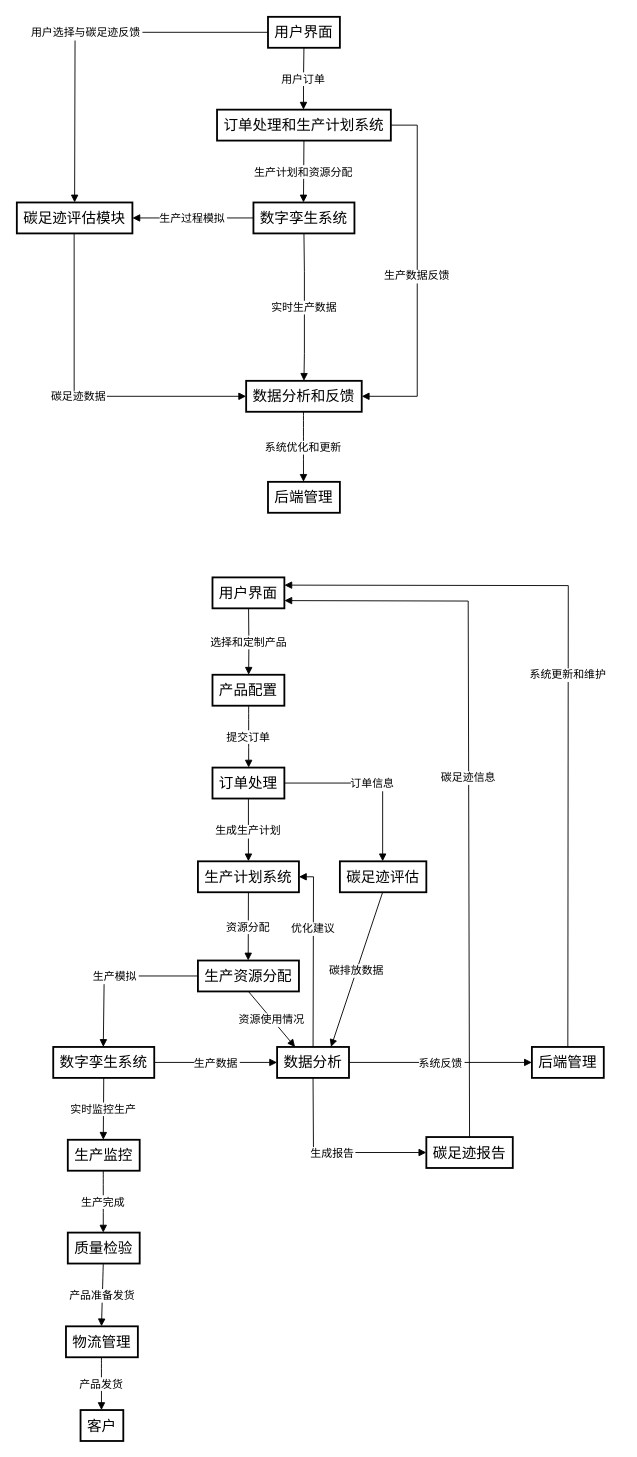
The draw.io diagram BB流程图.drawio in LFNing/General, before the edit. Source tidied: cells renumbered, new cells numbered last; positions are measured from the earlier drawing's top-left corner, leaving out a move shared by most shapes. Both pictures are drawn from the tidied source at 91%, with x=0, y=0 at pixel (16, 16).
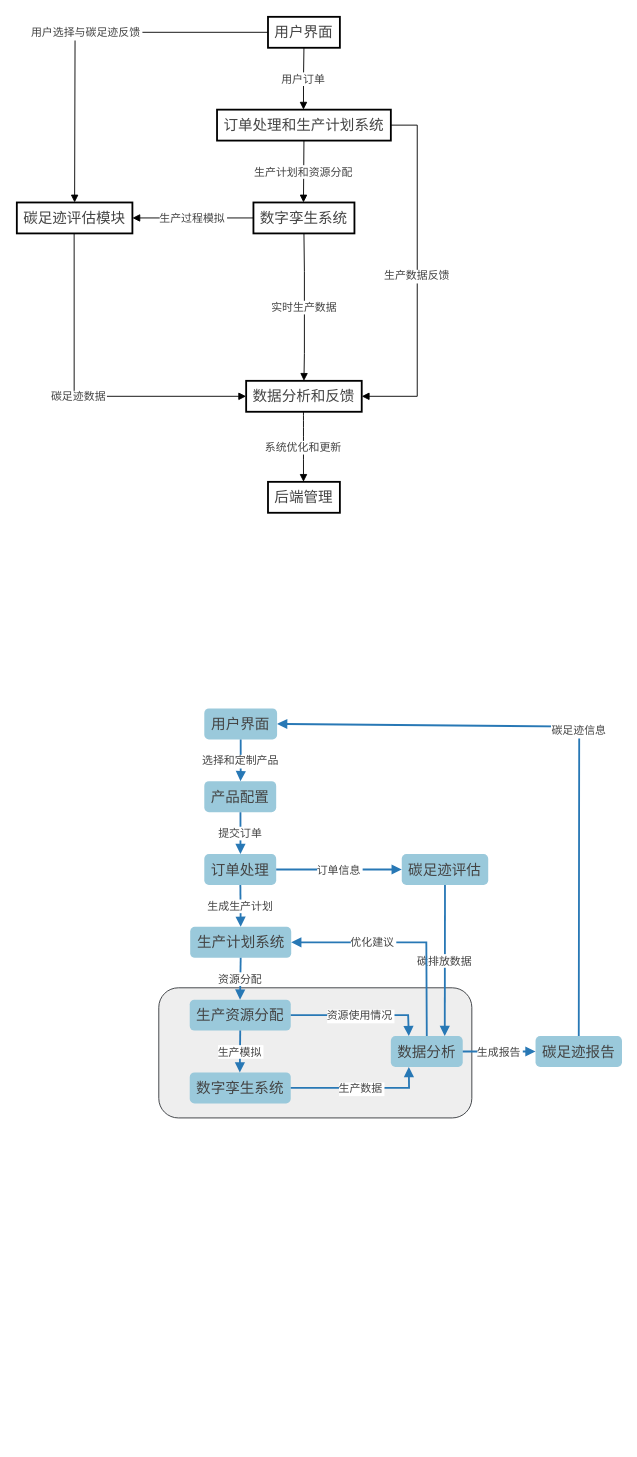
Above is the later version.

Commit message:
更新BB流程图.drawio

The edit, as a diff of the source:
```diff
@@
+    <mxCell id="48" style="rounded=1;whiteSpace=wrap;html=1;fontSize=16;fillColor=#eeeeee;strokeColor=#36393d;" parent="1" vertex="1">
+      <mxGeometry x="156" y="1067" width="344" height="143" as="geometry" />
+    </mxCell>
-    <mxCell id="2" value="用户界面" style="whiteSpace=wrap;strokeWidth=2;fontSize=16;" parent="1" vertex="1">
+    <mxCell id="2" value="用户界面" style="whiteSpace=wrap;strokeWidth=2;fontSize=16;fontFamily=Times New Roman;fontColor=#444444;" parent="1" vertex="1">
       <mxGeometry x="276" width="79" height="34" as="geometry" />
     </mxCell>
-    <mxCell id="3" value="订单处理和生产计划系统" style="whiteSpace=wrap;strokeWidth=2;fontSize=16;" parent="1" vertex="1">
+    <mxCell id="3" value="订单处理和生产计划系统" style="whiteSpace=wrap;strokeWidth=2;fontSize=16;fontFamily=Times New Roman;fontColor=#444444;" parent="1" vertex="1">
       <mxGeometry x="220" y="102" width="191" height="34" as="geometry" />
     </mxCell>
-    <mxCell id="4" value="数字孪生系统" style="whiteSpace=wrap;strokeWidth=2;fontSize=16;" parent="1" vertex="1">
+    <mxCell id="4" value="数字孪生系统" style="whiteSpace=wrap;strokeWidth=2;fontSize=16;fontFamily=Times New Roman;fontColor=#444444;" parent="1" vertex="1">
       <mxGeometry x="260" y="204" width="111" height="34" as="geometry" />
     </mxCell>
-    <mxCell id="5" value="碳足迹评估模块" style="whiteSpace=wrap;strokeWidth=2;fontSize=16;" parent="1" vertex="1">
+    <mxCell id="5" value="碳足迹评估模块" style="whiteSpace=wrap;strokeWidth=2;fontSize=16;fontFamily=Times New Roman;fontColor=#444444;" parent="1" vertex="1">
       <mxGeometry y="204" width="127" height="34" as="geometry" />
     </mxCell>
-    <mxCell id="6" value="数据分析和反馈" style="whiteSpace=wrap;strokeWidth=2;fontSize=16;" parent="1" vertex="1">
+    <mxCell id="6" value="数据分析和反馈" style="whiteSpace=wrap;strokeWidth=2;fontSize=16;fontFamily=Times New Roman;fontColor=#444444;" parent="1" vertex="1">
       <mxGeometry x="252" y="400" width="127" height="34" as="geometry" />
     </mxCell>
-    <mxCell id="7" value="后端管理" style="whiteSpace=wrap;strokeWidth=2;fontSize=16;" parent="1" vertex="1">
+    <mxCell id="7" value="后端管理" style="whiteSpace=wrap;strokeWidth=2;fontSize=16;fontFamily=Times New Roman;fontColor=#444444;" parent="1" vertex="1">
       <mxGeometry x="276" y="511" width="79" height="34" as="geometry" />
     </mxCell>
-    <mxCell id="8" value="用户订单" style="startArrow=none;endArrow=block;exitX=0.5;exitY=1;entryX=0.4973821989528796;entryY=0.0055147058823529415;rounded=0;fontSize=12;exitDx=0;exitDy=0;" parent="1" edge="1" source="2" target="3">
+    <mxCell id="8" value="用户订单" style="startArrow=none;endArrow=block;exitX=0.5;exitY=1;entryX=0.4973821989528796;entryY=0.0055147058823529415;rounded=0;fontSize=12;exitDx=0;exitDy=0;fontFamily=Times New Roman;fontColor=#444444;" parent="1" edge="1" source="2" target="3">
       <mxGeometry relative="1" as="geometry">
         <Array as="points">
           <mxPoint x="315" y="68" />
         </Array>
       </mxGeometry>
     </mxCell>
-    <mxCell id="9" value="生产计划和资源分配" style="startArrow=none;endArrow=block;exitX=0.5;exitY=1;entryX=0.4954954954954955;entryY=0.011029411764705883;rounded=0;fontSize=12;exitDx=0;exitDy=0;" parent="1" edge="1" source="3" target="4">
+    <mxCell id="9" value="生产计划和资源分配" style="startArrow=none;endArrow=block;exitX=0.5;exitY=1;entryX=0.4954954954954955;entryY=0.011029411764705883;rounded=0;fontSize=12;exitDx=0;exitDy=0;fontFamily=Times New Roman;fontColor=#444444;" parent="1" edge="1" source="3" target="4">
       <mxGeometry relative="1" as="geometry" />
     </mxCell>
-    <mxCell id="10" value="生产过程模拟" style="startArrow=none;endArrow=block;exitX=0;exitY=0.5;rounded=0;fontSize=12;entryX=1;entryY=0.5;entryDx=0;entryDy=0;exitDx=0;exitDy=0;" parent="1" edge="1" source="4" target="5">
+    <mxCell id="10" value="生产过程模拟" style="startArrow=none;endArrow=block;exitX=0;exitY=0.5;rounded=0;fontSize=12;entryX=1;entryY=0.5;entryDx=0;entryDy=0;exitDx=0;exitDy=0;fontFamily=Times New Roman;fontColor=#444444;" parent="1" edge="1" source="4" target="5">
       <mxGeometry relative="1" as="geometry" />
     </mxCell>
-    <mxCell id="11" value="碳足迹数据" style="startArrow=none;endArrow=block;exitX=0.49606299212598426;exitY=0.9751838235294118;entryX=0;entryY=0.5;rounded=0;fontSize=12;entryDx=0;entryDy=0;" parent="1" edge="1" source="5" target="6">
+    <mxCell id="11" value="碳足迹数据" style="startArrow=none;endArrow=block;exitX=0.49606299212598426;exitY=0.9751838235294118;entryX=0;entryY=0.5;rounded=0;fontSize=12;entryDx=0;entryDy=0;fontFamily=Times New Roman;fontColor=#444444;" parent="1" edge="1" source="5" target="6">
       <mxGeometry relative="1" as="geometry">
         <Array as="points">
           <mxPoint x="63" y="417" />
         </Array>
       </mxGeometry>
     </mxCell>
-    <mxCell id="12" value="系统优化和更新" style="curved=1;startArrow=none;endArrow=block;exitX=0.49606299212598426;exitY=0.9806985294117647;entryX=0.4936708860759494;entryY=-0.001838235294117647;rounded=0;fontSize=12;" parent="1" edge="1" source="6" target="7">
+    <mxCell id="12" value="系统优化和更新" style="curved=1;startArrow=none;endArrow=block;exitX=0.49606299212598426;exitY=0.9806985294117647;entryX=0.4936708860759494;entryY=-0.001838235294117647;rounded=0;fontSize=12;fontFamily=Times New Roman;fontColor=#444444;" parent="1" edge="1" source="6" target="7">
       <mxGeometry relative="1" as="geometry" />
     </mxCell>
-    <mxCell id="13" value="用户选择与碳足迹反馈" style="startArrow=none;endArrow=block;exitX=0;exitY=0.5;entryX=0.5;entryY=0;rounded=0;fontSize=12;entryDx=0;entryDy=0;exitDx=0;exitDy=0;" parent="1" edge="1" source="2" target="5">
+    <mxCell id="13" value="用户选择与碳足迹反馈" style="startArrow=none;endArrow=block;exitX=0;exitY=0.5;entryX=0.5;entryY=0;rounded=0;fontSize=12;entryDx=0;entryDy=0;exitDx=0;exitDy=0;fontFamily=Times New Roman;fontColor=#444444;" parent="1" edge="1" source="2" target="5">
       <mxGeometry relative="1" as="geometry">
         <Array as="points">
           <mxPoint x="64" y="17" />
         </Array>
       </mxGeometry>
     </mxCell>
-    <mxCell id="14" value="生产数据反馈" style="startArrow=none;endArrow=block;exitX=1;exitY=0.5;entryX=1;entryY=0.5;rounded=0;fontSize=12;entryDx=0;entryDy=0;exitDx=0;exitDy=0;" parent="1" edge="1" source="3" target="6">
+    <mxCell id="14" value="生产数据反馈" style="startArrow=none;endArrow=block;exitX=1;exitY=0.5;entryX=1;entryY=0.5;rounded=0;fontSize=12;entryDx=0;entryDy=0;exitDx=0;exitDy=0;fontFamily=Times New Roman;fontColor=#444444;" parent="1" edge="1" source="3" target="6">
       <mxGeometry relative="1" as="geometry">
         <Array as="points">
           <mxPoint x="440" y="119" />
           <mxPoint x="440" y="417" />
         </Array>
       </mxGeometry>
     </mxCell>
-    <mxCell id="15" value="实时生产数据" style="startArrow=none;endArrow=block;exitX=0.5;exitY=1;entryX=0.5;entryY=0;rounded=0;fontSize=12;exitDx=0;exitDy=0;entryDx=0;entryDy=0;" parent="1" edge="1" source="4" target="6">
+    <mxCell id="15" value="实时生产数据" style="startArrow=none;endArrow=block;exitX=0.5;exitY=1;entryX=0.5;entryY=0;rounded=0;fontSize=12;exitDx=0;exitDy=0;entryDx=0;entryDy=0;fontFamily=Times New Roman;fontColor=#444444;" parent="1" edge="1" source="4" target="6">
       <mxGeometry relative="1" as="geometry">
         <Array as="points">
           <mxPoint x="316" y="280" />
           <mxPoint x="316" y="370" />
         </Array>
       </mxGeometry>
     </mxCell>
-    <mxCell id="16" value="用户界面" style="whiteSpace=wrap;strokeWidth=2;fontSize=16;" parent="1" vertex="1">
-      <mxGeometry x="215" y="616" width="79" height="34" as="geometry" />
+    <mxCell id="16" value="用户界面" style="whiteSpace=wrap;strokeWidth=1;fontSize=16;fontFamily=Times New Roman;rounded=1;fillColor=#9ac9db;strokeColor=none;fontColor=#444444;" parent="1" vertex="1">
+      <mxGeometry x="206" y="760" width="80" height="34" as="geometry" />
     </mxCell>
-    <mxCell id="17" value="产品配置" style="whiteSpace=wrap;strokeWidth=2;fontSize=16;" parent="1" vertex="1">
-      <mxGeometry x="215" y="723" width="79" height="34" as="geometry" />
+    <mxCell id="17" value="产品配置" style="whiteSpace=wrap;strokeWidth=1;fontSize=16;fontFamily=Times New Roman;fillColor=#9ac9db;strokeColor=none;rounded=1;fontColor=#444444;" parent="1" vertex="1">
+      <mxGeometry x="206" y="840" width="79" height="34" as="geometry" />
     </mxCell>
-    <mxCell id="18" value="订单处理" style="whiteSpace=wrap;strokeWidth=2;fontSize=16;" parent="1" vertex="1">
-      <mxGeometry x="215" y="825" width="79" height="34" as="geometry" />
+    <mxCell id="18" value="订单处理" style="whiteSpace=wrap;strokeWidth=1;fontSize=16;fontFamily=Times New Roman;fillColor=#9ac9db;strokeColor=none;rounded=1;fontColor=#444444;" parent="1" vertex="1">
+      <mxGeometry x="206" y="920" width="79" height="34" as="geometry" />
     </mxCell>
-    <mxCell id="19" value="生产计划系统" style="whiteSpace=wrap;strokeWidth=2;fontSize=16;" parent="1" vertex="1">
-      <mxGeometry x="199" y="928" width="111" height="34" as="geometry" />
+    <mxCell id="19" value="生产计划系统" style="whiteSpace=wrap;strokeWidth=1;fontSize=16;fontFamily=Times New Roman;fillColor=#9ac9db;strokeColor=none;rounded=1;fontColor=#444444;" parent="1" vertex="1">
+      <mxGeometry x="190.5" y="1000" width="111" height="34" as="geometry" />
     </mxCell>
-    <mxCell id="20" value="生产资源分配" style="whiteSpace=wrap;strokeWidth=2;fontSize=16;" parent="1" vertex="1">
-      <mxGeometry x="199" y="1037" width="111" height="34" as="geometry" />
+    <mxCell id="20" value="生产资源分配" style="whiteSpace=wrap;strokeWidth=1;fontSize=16;fontFamily=Times New Roman;fillColor=#9ac9db;strokeColor=none;rounded=1;fontColor=#444444;" parent="1" vertex="1">
+      <mxGeometry x="190" y="1080" width="111" height="34" as="geometry" />
     </mxCell>
-    <mxCell id="21" value="数字孪生系统" style="whiteSpace=wrap;strokeWidth=2;fontSize=16;" parent="1" vertex="1">
-      <mxGeometry x="40" y="1132" width="111" height="34" as="geometry" />
+    <mxCell id="21" value="数字孪生系统" style="whiteSpace=wrap;strokeWidth=1;fontSize=16;fontFamily=Times New Roman;fillColor=#9ac9db;strokeColor=none;rounded=1;fontColor=#444444;" parent="1" vertex="1">
+      <mxGeometry x="190" y="1160" width="111" height="34" as="geometry" />
     </mxCell>
-    <mxCell id="22" value="生产监控" style="whiteSpace=wrap;strokeWidth=2;fontSize=16;" parent="1" vertex="1">
-      <mxGeometry x="56" y="1234" width="79" height="34" as="geometry" />
-    </mxCell>
-    <mxCell id="23" value="质量检验" style="whiteSpace=wrap;strokeWidth=2;fontSize=16;" parent="1" vertex="1">
-      <mxGeometry x="56" y="1336" width="79" height="34" as="geometry" />
-    </mxCell>
-    <mxCell id="24" value="物流管理" style="whiteSpace=wrap;strokeWidth=2;fontSize=16;" parent="1" vertex="1">
-      <mxGeometry x="54" y="1439" width="79" height="34" as="geometry" />
-    </mxCell>
-    <mxCell id="25" value="客户" style="whiteSpace=wrap;strokeWidth=2;fontSize=16;" parent="1" vertex="1">
-      <mxGeometry x="70" y="1531" width="47" height="34" as="geometry" />
-    </mxCell>
-    <mxCell id="26" value="碳足迹评估" style="whiteSpace=wrap;strokeWidth=2;fontSize=16;" parent="1" vertex="1">
-      <mxGeometry x="355" y="928" width="95" height="34" as="geometry" />
+    <mxCell id="26" value="碳足迹评估" style="whiteSpace=wrap;strokeWidth=1;fontSize=16;fontFamily=Times New Roman;fillColor=#9ac9db;strokeColor=none;rounded=1;fontColor=#444444;" parent="1" vertex="1">
+      <mxGeometry x="423" y="920" width="95" height="34" as="geometry" />
     </mxCell>
-    <mxCell id="27" value="数据分析" style="whiteSpace=wrap;strokeWidth=2;fontSize=16;" parent="1" vertex="1">
-      <mxGeometry x="286" y="1132" width="79" height="34" as="geometry" />
+    <mxCell id="27" value="数据分析" style="whiteSpace=wrap;strokeWidth=1;fontSize=16;fontFamily=Times New Roman;fillColor=#9ac9db;strokeColor=none;rounded=1;fontColor=#444444;" parent="1" vertex="1">
+      <mxGeometry x="411" y="1120" width="79" height="34" as="geometry" />
     </mxCell>
-    <mxCell id="28" value="碳足迹报告" style="whiteSpace=wrap;strokeWidth=2;fontSize=16;" parent="1" vertex="1">
-      <mxGeometry x="450" y="1231" width="95" height="34" as="geometry" />
+    <mxCell id="28" value="碳足迹报告" style="whiteSpace=wrap;strokeWidth=1;fontSize=16;fontFamily=Times New Roman;fillColor=#9ac9db;strokeColor=none;rounded=1;fontColor=#444444;" parent="1" vertex="1">
+      <mxGeometry x="570" y="1120" width="95" height="34" as="geometry" />
     </mxCell>
-    <mxCell id="29" value="后端管理" style="whiteSpace=wrap;strokeWidth=2;fontSize=16;" parent="1" vertex="1">
-      <mxGeometry x="566" y="1132" width="79" height="34" as="geometry" />
-    </mxCell>
-    <mxCell id="30" value="选择和定制产品" style="startArrow=none;endArrow=block;entryX=0.5031645569620253;entryY=0.0055147058823529415;rounded=0;fontSize=12;" parent="1" edge="1" source="16" target="17">
+    <mxCell id="30" value="选择和定制产品" style="startArrow=none;endArrow=block;entryX=0.5031645569620253;entryY=0.0055147058823529415;rounded=0;fontSize=12;fontFamily=Times New Roman;strokeColor=#2878b5;strokeWidth=2;fontColor=#444444;" parent="1" edge="1" source="16" target="17">
       <mxGeometry relative="1" as="geometry">
         <Array as="points">
-          <mxPoint x="255" y="689" />
+          <mxPoint x="246" y="833" />
         </Array>
       </mxGeometry>
     </mxCell>
-    <mxCell id="31" value="提交订单" style="curved=1;startArrow=none;endArrow=block;exitX=0.5031645569620253;exitY=0.9935661764705882;entryX=0.5031645569620253;entryY=0.011029411764705883;rounded=0;fontSize=12;" parent="1" edge="1" source="17" target="18">
+    <mxCell id="31" value="提交订单" style="curved=1;startArrow=none;endArrow=block;exitX=0.5031645569620253;exitY=0.9935661764705882;entryX=0.5031645569620253;entryY=0.011029411764705883;rounded=0;fontSize=12;fontFamily=Times New Roman;strokeColor=#2878b5;strokeWidth=2;fontColor=#444444;" parent="1" edge="1" source="17" target="18">
       <mxGeometry relative="1" as="geometry" />
     </mxCell>
-    <mxCell id="32" value="生成生产计划" style="startArrow=none;endArrow=block;entryX=0.5;entryY=-0.012867647058823529;rounded=0;fontSize=12;" parent="1" edge="1" source="18" target="19">
-      <mxGeometry relative="1" as="geometry" />
+    <mxCell id="32" value="生成生产计划" style="startArrow=none;endArrow=block;entryX=0.5;entryY=-0.012867647058823529;rounded=0;fontSize=12;fontFamily=Times New Roman;strokeColor=#2878b5;strokeWidth=2;fontColor=#444444;" parent="1" edge="1" source="18" target="19">
+      <mxGeometry x="-0.01" relative="1" as="geometry" />
     </mxCell>
-    <mxCell id="33" value="资源分配" style="startArrow=none;endArrow=block;exitX=0.5;exitY=1;entryX=0.49774774774774777;entryY=-0.007352941176470588;rounded=0;fontSize=12;exitDx=0;exitDy=0;" parent="1" edge="1" source="19" target="20">
+    <mxCell id="33" value="资源分配" style="startArrow=none;endArrow=block;exitX=0.5;exitY=1;entryX=0.49774774774774777;entryY=-0.007352941176470588;rounded=0;fontSize=12;exitDx=0;exitDy=0;fontFamily=Times New Roman;strokeColor=#2878b5;strokeWidth=2;fontColor=#444444;" parent="1" edge="1" source="19" target="20">
       <mxGeometry relative="1" as="geometry" />
     </mxCell>
-    <mxCell id="34" value="生产模拟" style="startArrow=none;endArrow=block;exitX=0;exitY=0.5;entryX=0.4954954954954955;entryY=-0.001838235294117647;rounded=0;fontSize=12;exitDx=0;exitDy=0;" parent="1" edge="1" source="20" target="21">
-      <mxGeometry relative="1" as="geometry">
-        <Array as="points">
-          <mxPoint x="96" y="1054" />
-        </Array>
-      </mxGeometry>
+    <mxCell id="34" value="生产模拟" style="startArrow=none;endArrow=block;exitX=0.5;exitY=1;entryX=0.4954954954954955;entryY=-0.001838235294117647;rounded=0;fontSize=12;exitDx=0;exitDy=0;fontFamily=Times New Roman;strokeColor=#2878b5;strokeWidth=2;fontColor=#444444;" parent="1" edge="1" source="20" target="21">
+      <mxGeometry relative="1" as="geometry" />
     </mxCell>
-    <mxCell id="35" value="实时监控生产" style="startArrow=none;endArrow=block;exitX=0.5;exitY=1;entryX=0.4936708860759494;entryY=0.003676470588235294;rounded=0;fontSize=12;exitDx=0;exitDy=0;" parent="1" edge="1" source="21" target="22">
-      <mxGeometry relative="1" as="geometry" />
-    </mxCell>
-    <mxCell id="36" value="生产完成" style="curved=1;startArrow=none;endArrow=block;exitX=0.4936708860759494;exitY=0.9917279411764706;entryX=0.4936708860759494;entryY=0.009191176470588236;rounded=0;fontSize=12;" parent="1" edge="1" source="22" target="23">
-      <mxGeometry relative="1" as="geometry" />
-    </mxCell>
-    <mxCell id="37" value="产品准备发货" style="curved=1;startArrow=none;endArrow=block;exitX=0.4936708860759494;exitY=0.9972426470588235;entryX=0.4936708860759494;entryY=-0.014705882352941176;rounded=0;fontSize=12;" parent="1" edge="1" source="23" target="24">
-      <mxGeometry relative="1" as="geometry" />
-    </mxCell>
-    <mxCell id="38" value="产品发货" style="curved=1;startArrow=none;endArrow=block;exitX=0.4936708860759494;exitY=0.9733455882352942;entryX=0.48936170212765956;entryY=-0.009191176470588236;rounded=0;fontSize=12;" parent="1" edge="1" source="24" target="25">
-      <mxGeometry relative="1" as="geometry" />
-    </mxCell>
-    <mxCell id="39" value="订单信息" style="startArrow=none;endArrow=block;exitX=1;exitY=0.5;entryX=0.49473684210526314;entryY=-0.001838235294117647;rounded=0;fontSize=12;exitDx=0;exitDy=0;" parent="1" edge="1" source="18" target="26">
-      <mxGeometry relative="1" as="geometry">
-        <Array as="points">
-          <mxPoint x="402" y="842" />
-        </Array>
-      </mxGeometry>
+    <mxCell id="39" value="订单信息" style="startArrow=none;endArrow=block;exitX=1;exitY=0.5;entryX=0;entryY=0.5;rounded=0;fontSize=12;exitDx=0;exitDy=0;entryDx=0;entryDy=0;fontFamily=Times New Roman;strokeColor=#2878b5;strokeWidth=2;fontColor=#444444;" parent="1" edge="1" source="18" target="26">
+      <mxGeometry relative="1" as="geometry" />
     </mxCell>
-    <mxCell id="40" value="碳排放数据" style="startArrow=none;endArrow=block;exitX=0.49473684210526314;exitY=0.9862132352941176;entryX=0.75;entryY=0;rounded=0;fontSize=12;entryDx=0;entryDy=0;" parent="1" edge="1" source="26" target="27">
+    <mxCell id="40" value="碳排放数据" style="startArrow=none;endArrow=block;exitX=0.5;exitY=1;entryX=0.75;entryY=0;rounded=0;fontSize=12;entryDx=0;entryDy=0;exitDx=0;exitDy=0;fontFamily=Times New Roman;strokeColor=#2878b5;strokeWidth=2;fontColor=#444444;" parent="1" edge="1" source="26" target="27">
       <mxGeometry relative="1" as="geometry" />
     </mxCell>
-    <mxCell id="41" value="生成报告" style="startArrow=none;endArrow=block;exitX=0.5;exitY=1;entryX=0;entryY=0.5;rounded=0;fontSize=12;exitDx=0;exitDy=0;entryDx=0;entryDy=0;" parent="1" edge="1" source="27" target="28">
-      <mxGeometry relative="1" as="geometry">
-        <Array as="points">
-          <mxPoint x="326" y="1248" />
-        </Array>
-      </mxGeometry>
+    <mxCell id="41" value="生成报告" style="startArrow=none;endArrow=block;exitX=1;exitY=0.5;entryX=0;entryY=0.5;rounded=0;fontSize=12;exitDx=0;exitDy=0;entryDx=0;entryDy=0;fontFamily=Times New Roman;strokeColor=#2878b5;strokeWidth=2;fontColor=#444444;" parent="1" edge="1" source="27" target="28">
+      <mxGeometry relative="1" as="geometry" />
     </mxCell>
-    <mxCell id="42" value="碳足迹信息" style="startArrow=none;endArrow=block;exitX=0.5;exitY=0;entryX=1;entryY=0.75;rounded=0;fontSize=12;exitDx=0;exitDy=0;entryDx=0;entryDy=0;" parent="1" edge="1" source="28" target="16">
+    <mxCell id="42" value="碳足迹信息" style="startArrow=none;endArrow=block;exitX=0.5;exitY=0;entryX=1;entryY=0.5;rounded=0;fontSize=12;exitDx=0;exitDy=0;entryDx=0;entryDy=0;fontFamily=Times New Roman;strokeColor=#2878b5;strokeWidth=2;fontColor=#444444;" parent="1" edge="1" source="28" target="16">
       <mxGeometry relative="1" as="geometry">
         <Array as="points">
-          <mxPoint x="496" y="642" />
+          <mxPoint x="618" y="780" />
         </Array>
       </mxGeometry>
     </mxCell>
-    <mxCell id="43" value="资源使用情况" style="startArrow=none;endArrow=block;exitX=0.5;exitY=1;entryX=0.25;entryY=0;rounded=0;fontSize=12;entryDx=0;entryDy=0;exitDx=0;exitDy=0;" parent="1" edge="1" source="20" target="27">
-      <mxGeometry relative="1" as="geometry" />
+    <mxCell id="43" value="资源使用情况" style="startArrow=none;endArrow=block;exitX=1;exitY=0.5;entryX=0.25;entryY=0;rounded=0;fontSize=12;entryDx=0;entryDy=0;exitDx=0;exitDy=0;fontFamily=Times New Roman;strokeColor=#2878b5;strokeWidth=2;fontColor=#444444;" parent="1" edge="1" source="20" target="27">
+      <mxGeometry relative="1" as="geometry">
+        <Array as="points">
+          <mxPoint x="430" y="1097" />
+        </Array>
+      </mxGeometry>
     </mxCell>
-    <mxCell id="44" value="生产数据" style="startArrow=none;endArrow=block;exitX=1;exitY=0.5;entryX=0;entryY=0.5;rounded=0;fontSize=12;entryDx=0;entryDy=0;exitDx=0;exitDy=0;" parent="1" edge="1" source="21" target="27">
-      <mxGeometry relative="1" as="geometry" />
+    <mxCell id="44" value="生产数据" style="startArrow=none;endArrow=block;exitX=1;exitY=0.5;entryX=0.25;entryY=1;rounded=0;fontSize=12;entryDx=0;entryDy=0;exitDx=0;exitDy=0;fontFamily=Times New Roman;strokeColor=#2878b5;strokeWidth=2;fontColor=#444444;" parent="1" edge="1" source="21" target="27">
+      <mxGeometry relative="1" as="geometry">
+        <Array as="points">
+          <mxPoint x="431" y="1177" />
+        </Array>
+      </mxGeometry>
     </mxCell>
-    <mxCell id="45" value="优化建议" style="startArrow=none;endArrow=block;entryX=1;entryY=0.5;rounded=0;fontSize=12;entryDx=0;entryDy=0;" parent="1" edge="1" source="27" target="19">
+    <mxCell id="45" value="优化建议" style="startArrow=none;endArrow=block;entryX=1;entryY=0.5;rounded=0;fontSize=12;entryDx=0;entryDy=0;exitX=0.5;exitY=0;exitDx=0;exitDy=0;fontFamily=Times New Roman;strokeColor=#2878b5;strokeWidth=2;fontColor=#444444;" parent="1" edge="1" source="27" target="19">
       <mxGeometry x="0.29" relative="1" as="geometry">
         <Array as="points">
-          <mxPoint x="326" y="945" />
+          <mxPoint x="450" y="1017" />
         </Array>
       </mxGeometry>
     </mxCell>
-    <mxCell id="46" value="系统反馈" style="startArrow=none;endArrow=block;exitX=1;exitY=0.5;entryX=0;entryY=0.5;rounded=0;fontSize=12;entryDx=0;entryDy=0;exitDx=0;exitDy=0;" parent="1" edge="1" source="27" target="29">
-      <mxGeometry relative="1" as="geometry" />
-    </mxCell>
-    <mxCell id="47" value="系统更新和维护" style="startArrow=none;endArrow=block;exitX=0.5;exitY=0;entryX=1;entryY=0.25;rounded=0;fontSize=12;exitDx=0;exitDy=0;entryDx=0;entryDy=0;" parent="1" edge="1" source="29" target="16">
-      <mxGeometry relative="1" as="geometry">
-        <Array as="points">
-          <mxPoint x="606" y="625" />
-        </Array>
-      </mxGeometry>
-    </mxCell>
```
